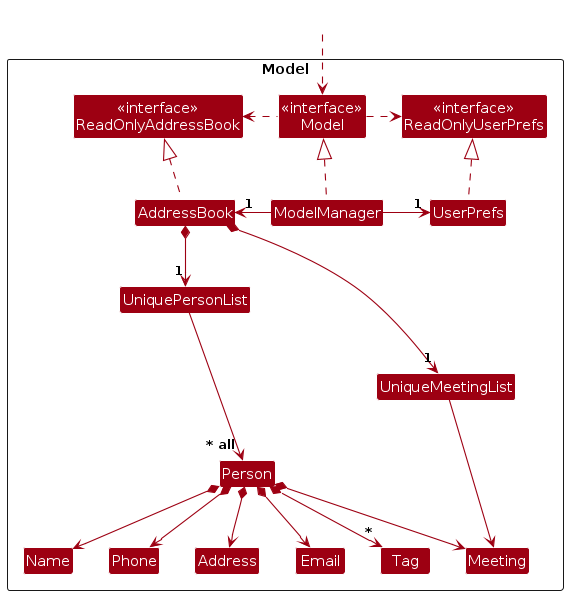
Above: diagrams/ModelClassDiagram.png in rahhulleee/tp (PlantUML), before the change. Its source is kept beside it as diagrams/ModelClassDiagram.puml.
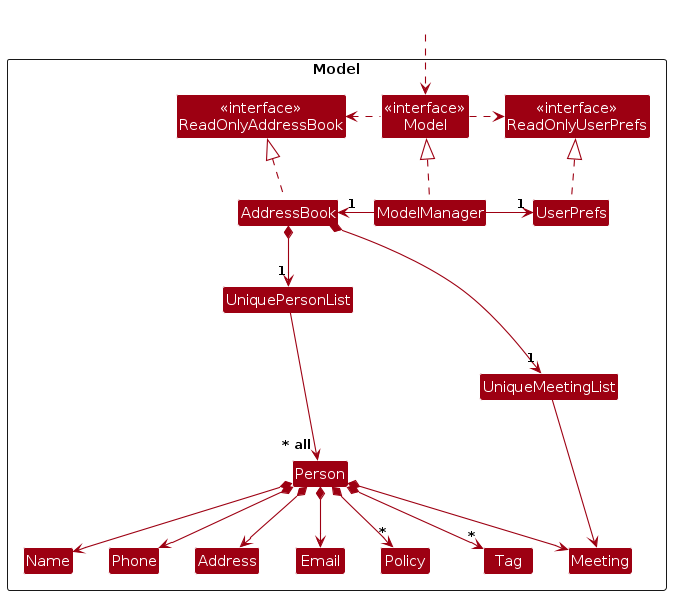
After the commit.

Diff of the diagram source:
```diff
@@ -21,6 +21,7 @@
 Class Phone
 Class Meeting
 Class Tag
+Class Policy
 
 Class I #FFFFFF
 }
@@ -46,6 +47,7 @@
 Person *--> Address
 Person *--> Meeting
 Person *--> "*" Tag
+Person *--> "*" Policy
 
 Person -[hidden]up--> I
 UniquePersonList -[hidden]right-> I
@@ -55,5 +57,6 @@
 Phone -[hidden]right-> Address
 Address -[hidden]right-> Email
 Meeting -[hidden]right-> Meeting
+Policy -[hidden]right-> Policy
 
 @enduml
```
